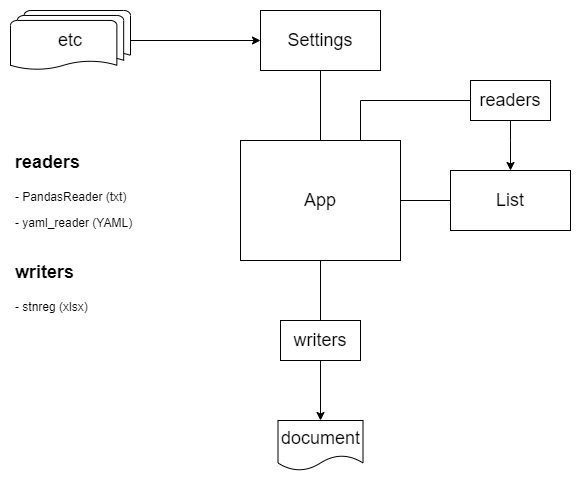
Above: doc/sketch.png in sharksmhi/stations (draw.io), before the change. Source tidied: cells renumbered, new cells last; positions are measured from the earlier drawing's top-left corner, leaving out a move shared by most shapes.
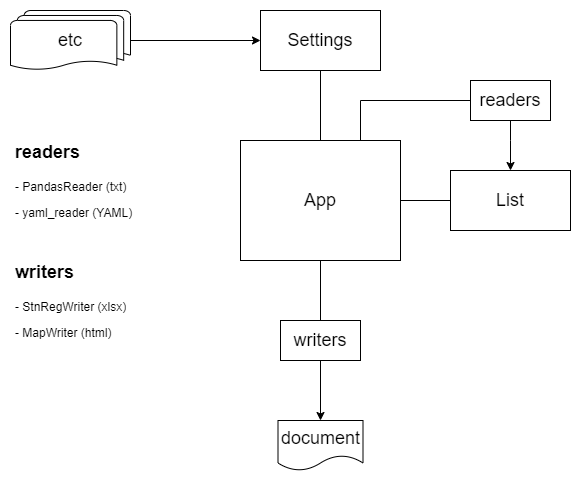
Above is the later version.

The edit, as a diff of the source:
```diff
@@ -53,10 +53,10 @@
     <mxCell id="15" value="&lt;font style=&quot;font-size: 18px&quot;&gt;document&lt;/font&gt;" style="shape=document;whiteSpace=wrap;html=1;boundedLbl=1;" parent="1" vertex="1">
       <mxGeometry x="267.5" y="410" width="85" height="50" as="geometry" />
     </mxCell>
-    <mxCell id="16" value="&lt;h1&gt;&lt;font style=&quot;font-size: 18px&quot;&gt;readers&lt;/font&gt;&lt;/h1&gt;&lt;p&gt;- PandasReader (txt)&lt;/p&gt;&lt;p&gt;- yaml_reader (YAML)&lt;/p&gt;" style="text;html=1;strokeColor=none;fillColor=none;spacing=5;spacingTop=-20;whiteSpace=wrap;overflow=hidden;rounded=0;" parent="1" vertex="1">
-      <mxGeometry y="130" width="190" height="120" as="geometry" />
+    <mxCell id="16" value="&lt;h1&gt;&lt;font style=&quot;font-size: 18px&quot;&gt;readers&lt;/font&gt;&lt;/h1&gt;&lt;p&gt;- PandasReader (txt)&lt;/p&gt;&lt;p&gt;- yaml_reader (YAML)&lt;/p&gt;" style="text;html=1;strokeColor=none;fillColor=none;spacing=5;spacingTop=-20;whiteSpace=wrap;overflow=hidden;rounded=0;strokeWidth=1;" parent="1" vertex="1">
+      <mxGeometry y="120" width="190" height="120" as="geometry" />
     </mxCell>
-    <mxCell id="17" value="&lt;h1&gt;&lt;font style=&quot;font-size: 18px&quot;&gt;writers&lt;/font&gt;&lt;/h1&gt;&lt;p&gt;&lt;span&gt;- stnreg (xlsx)&lt;/span&gt;&lt;/p&gt;" style="text;html=1;strokeColor=none;fillColor=none;spacing=5;spacingTop=-20;whiteSpace=wrap;overflow=hidden;rounded=0;" parent="1" vertex="1">
+    <mxCell id="17" value="&lt;h1&gt;&lt;font style=&quot;font-size: 18px&quot;&gt;writers&lt;/font&gt;&lt;/h1&gt;&lt;p&gt;&lt;span&gt;- StnRegWriter (xlsx)&lt;/span&gt;&lt;/p&gt;&lt;p&gt;&lt;span&gt;- MapWriter (html)&lt;/span&gt;&lt;/p&gt;" style="text;html=1;strokeColor=none;fillColor=none;spacing=5;spacingTop=-20;whiteSpace=wrap;overflow=hidden;rounded=0;" parent="1" vertex="1">
       <mxGeometry y="240" width="190" height="120" as="geometry" />
     </mxCell>
   </root>
```
